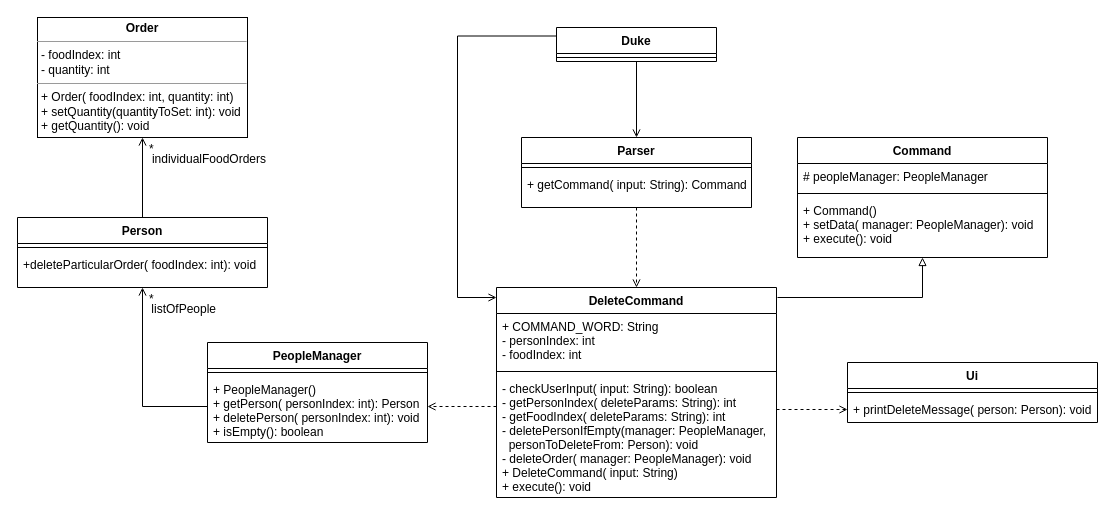
Above: UMLdiagrams/DeleteCommandDiagram/DeleteCommand Diagram.drawio in thaddyyz/tp (draw.io), before the change. Source tidied: cells renumbered, new cells numbered last; positions are measured from the earlier drawing's top-left corner, leaving out a move shared by most shapes. Both pictures are drawn from the tidied source at 100%, with x=0, y=0 at pixel (17, 17).
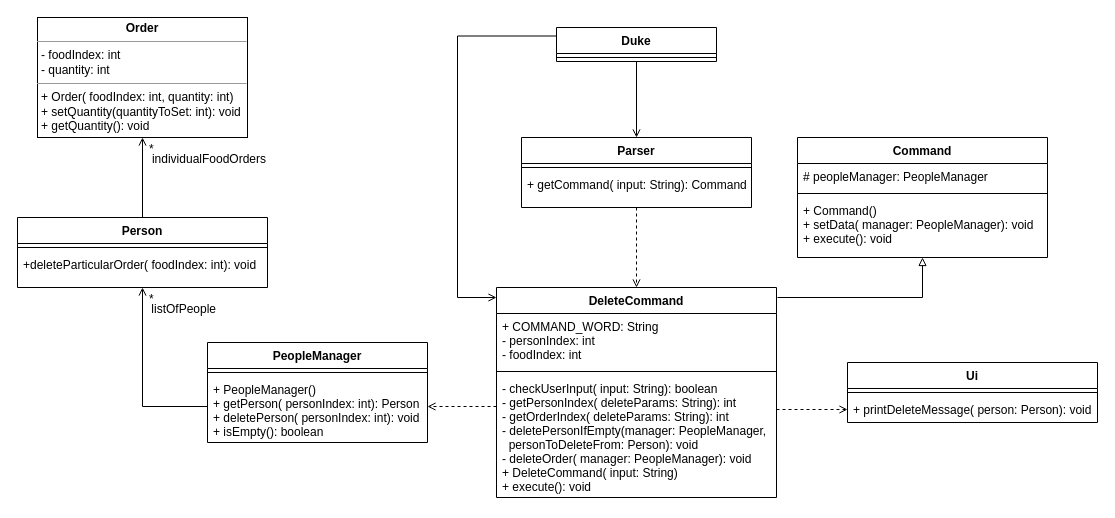
Above is the later version.

Unchanged cells that the change refers to:
```xml
<mxCell id="2" value="DeleteCommand" style="swimlane;fontStyle=1;align=center;verticalAlign=top;horizontal=1;startSize=26;rounded=0;shadow=0;strokeWidth=1;" parent="1" vertex="1">
  <mxGeometry x="479" y="270" width="280" height="210" as="geometry" />
</mxCell>
```

Diff of the diagram source:
```diff
@@
-    <mxCell id="5" value="- checkUserInput( input: String): boolean&#10;- getPersonIndex( deleteParams: String): int&#10;- getFoodIndex( deleteParams: String): int&#10;- deletePersonIfEmpty(manager: PeopleManager,&#10;  personToDeleteFrom: Person): void&#10;- deleteOrder( manager: PeopleManager): void&#10;+ DeleteCommand( input: String)&#10;+ execute(): void" style="text;align=left;verticalAlign=top;spacingLeft=4;spacingRight=4;overflow=hidden;points=[[0,0.5],[1,0.5]];portConstraint=eastwest;" parent="2" vertex="1">
+    <mxCell id="5" value="- checkUserInput( input: String): boolean&#10;- getPersonIndex( deleteParams: String): int&#10;- getOrderIndex( deleteParams: String): int&#10;- deletePersonIfEmpty(manager: PeopleManager,&#10;  personToDeleteFrom: Person): void&#10;- deleteOrder( manager: PeopleManager): void&#10;+ DeleteCommand( input: String)&#10;+ execute(): void" style="text;align=left;verticalAlign=top;spacingLeft=4;spacingRight=4;overflow=hidden;points=[[0,0.5],[1,0.5]];portConstraint=eastwest;" parent="2" vertex="1">
       <mxGeometry y="88" width="280" height="122" as="geometry" />
     </mxCell>
```
